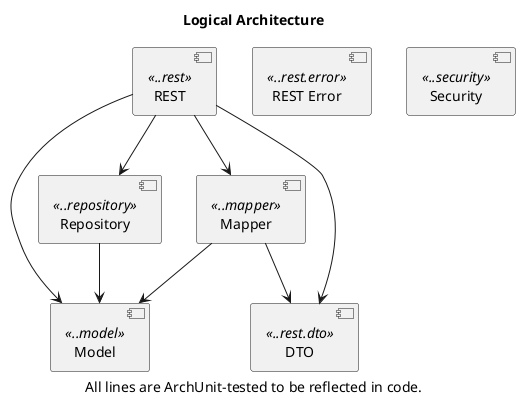
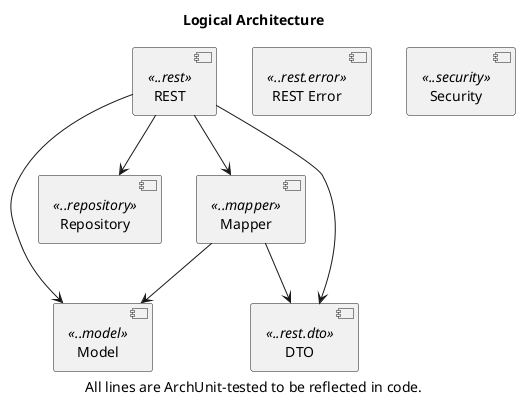
@startuml

title Logical Architecture
caption All lines are ArchUnit-tested to be reflected in code.

[Model] <<..model>>
[Repository] <<..repository>>
[DTO] <<..rest.dto>>
[REST Error] <<..rest.error>>
[Mapper] <<..mapper>>
[REST] <<..rest>>
[Security] <<..security>>

- [Repository] --> [Model]
[Mapper] --> [Model]
[Mapper] --> [DTO]
[REST] --> [Model]
[REST] --> [Repository]
[REST] --> [Mapper]
[REST] --> [DTO]

@enduml
